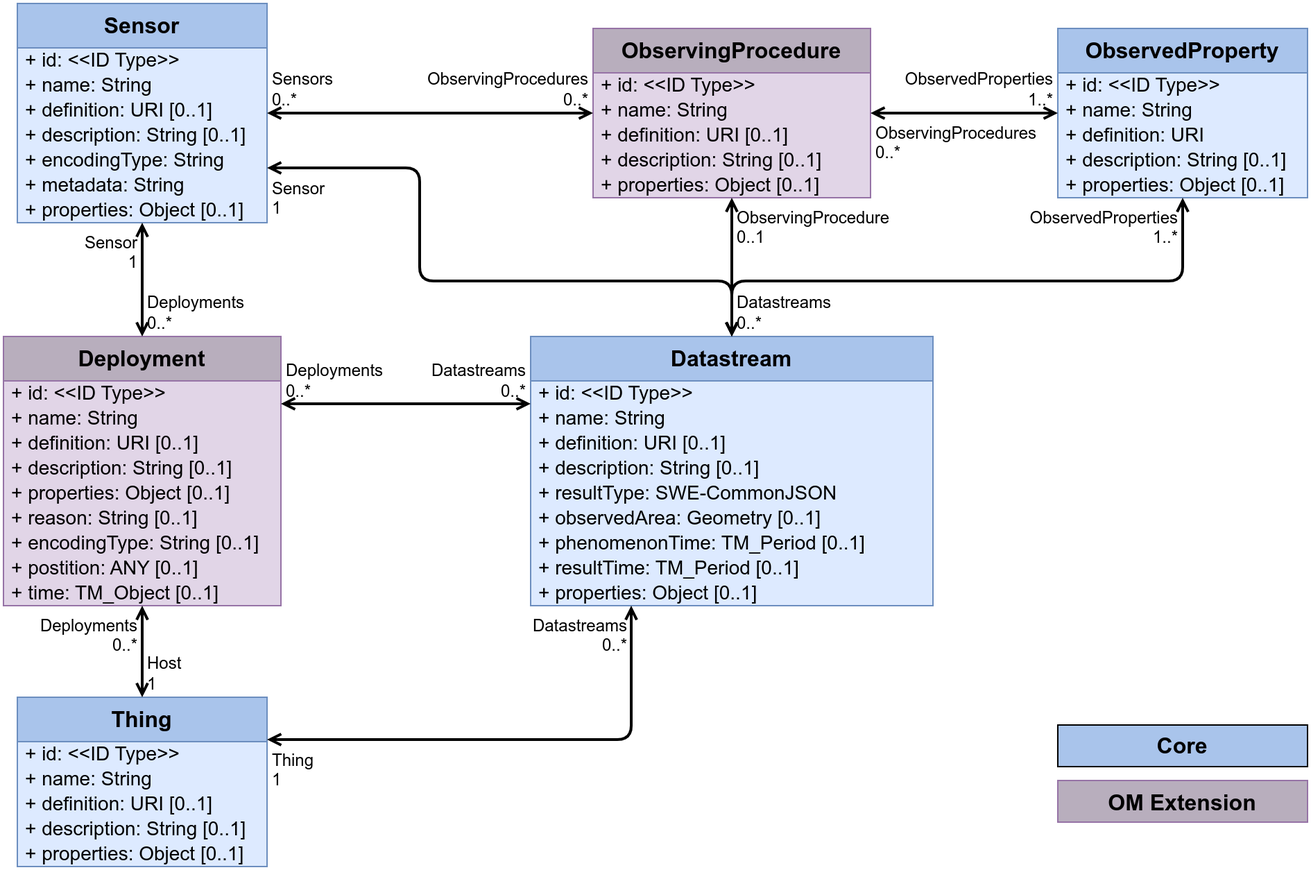
Above: figures/Datamodel-SensorThingsApi-V2-OM.drawio.png in opengeospatial/sensorthings (draw.io), before the change. Source tidied: cells renumbered, new cells last; positions are measured from the earlier drawing's top-left corner, leaving out a move shared by most shapes.
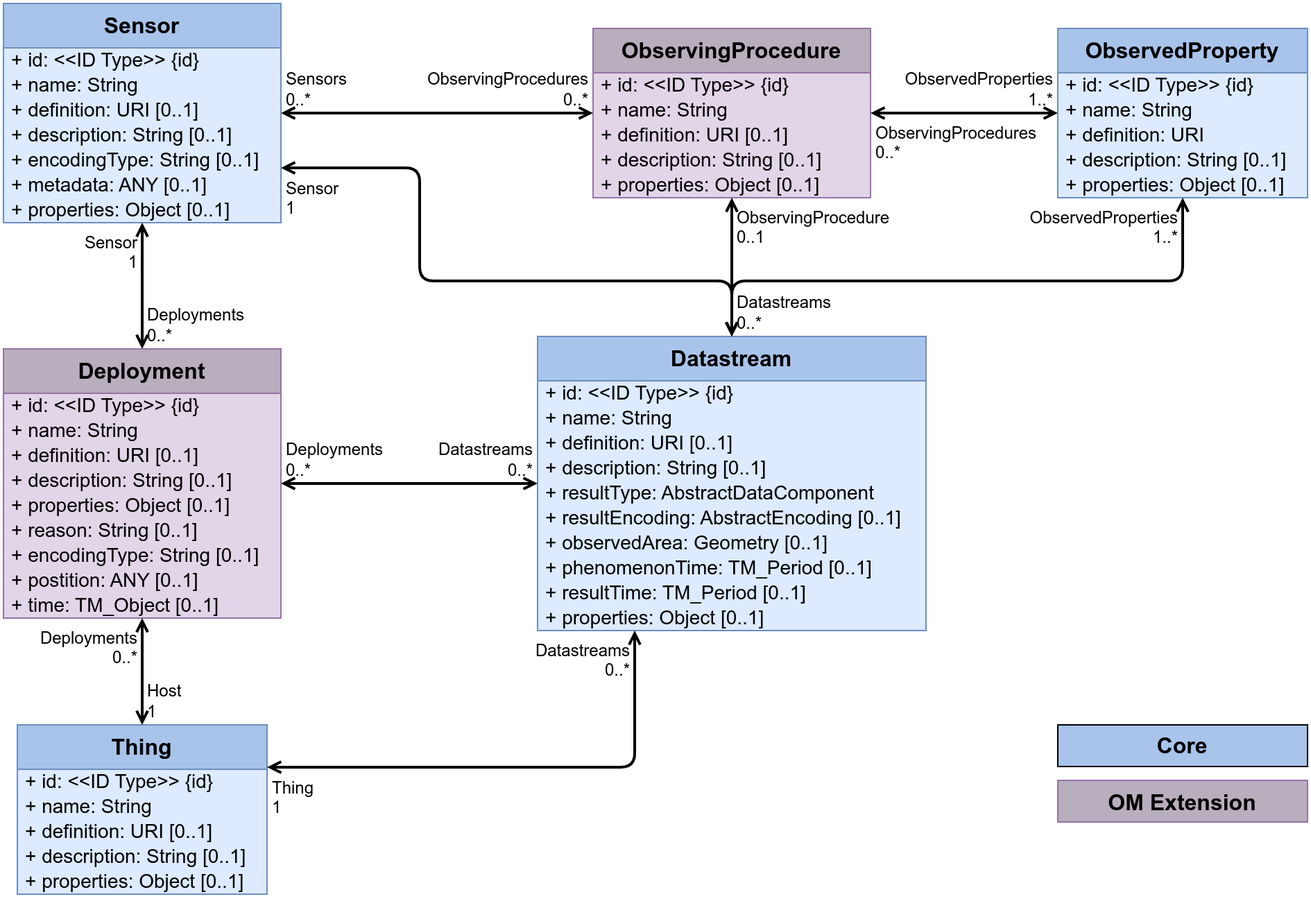
The same file after the commit.

The edit, as a diff of the source:
```diff
@@ -3,39 +3,42 @@
     <mxCell id="0" />
     <mxCell id="1" parent="0" />
     <mxCell id="2" value="Datastream" style="swimlane;fontStyle=1;horizontal=1;startSize=32;fontSize=16;whiteSpace=wrap;html=1;fillColor=#A9C4EB;strokeColor=#6c8ebf;swimlaneFillColor=#DDEAFF;verticalAlign=top;" parent="1" vertex="1">
-      <mxGeometry x="380" y="240" width="290" height="194" as="geometry" />
+      <mxGeometry x="385" y="240" width="280" height="212" as="geometry" />
     </mxCell>
-    <mxCell id="3" value="+ id: &amp;lt;&amp;lt;ID Type&amp;gt;&amp;gt;" style="text;strokeColor=none;fillColor=none;align=left;verticalAlign=middle;spacingLeft=4;spacingRight=4;overflow=visible;html=1;fontSize=14;" parent="2" vertex="1">
-      <mxGeometry y="32" width="290" height="18" as="geometry" />
+    <mxCell id="3" value="+ id: &amp;lt;&amp;lt;ID Type&amp;gt;&amp;gt;&amp;nbsp;{id}" style="text;strokeColor=none;fillColor=none;align=left;verticalAlign=middle;spacingLeft=4;spacingRight=4;overflow=visible;html=1;fontSize=14;" parent="2" vertex="1">
+      <mxGeometry y="32" width="280" height="18" as="geometry" />
     </mxCell>
     <mxCell id="4" value="+ name: String" style="text;strokeColor=none;fillColor=none;align=left;verticalAlign=middle;spacingLeft=4;spacingRight=4;overflow=visible;html=1;fontSize=14;" parent="2" vertex="1">
-      <mxGeometry y="50" width="290" height="18" as="geometry" />
+      <mxGeometry y="50" width="280" height="18" as="geometry" />
     </mxCell>
     <mxCell id="5" value="+ definition: URI&amp;nbsp;[0..1]" style="text;strokeColor=none;fillColor=none;align=left;verticalAlign=middle;spacingLeft=4;spacingRight=4;overflow=visible;html=1;fontSize=14;" parent="2" vertex="1">
-      <mxGeometry y="68" width="290" height="18" as="geometry" />
+      <mxGeometry y="68" width="280" height="18" as="geometry" />
     </mxCell>
     <mxCell id="6" value="+ description: String&amp;nbsp;[0..1]" style="text;strokeColor=none;fillColor=none;align=left;verticalAlign=middle;spacingLeft=4;spacingRight=4;overflow=visible;html=1;fontSize=14;" parent="2" vertex="1">
-      <mxGeometry y="86" width="290" height="18" as="geometry" />
+      <mxGeometry y="86" width="280" height="18" as="geometry" />
     </mxCell>
-    <mxCell id="7" value="+ resultType: SWE-CommonJSON" style="text;strokeColor=none;fillColor=none;align=left;verticalAlign=middle;spacingLeft=4;spacingRight=4;overflow=visible;html=1;fontSize=14;" parent="2" vertex="1">
-      <mxGeometry y="104" width="290" height="18" as="geometry" />
+    <mxCell id="7" value="+ resultType: AbstractDataComponent" style="text;strokeColor=none;fillColor=none;align=left;verticalAlign=middle;spacingLeft=4;spacingRight=4;overflow=visible;html=1;fontSize=14;" parent="2" vertex="1">
+      <mxGeometry y="104" width="280" height="18" as="geometry" />
     </mxCell>
+    <mxCell id="75" value="+ resultEncoding: AbstractEncoding [0..1]" style="text;strokeColor=none;fillColor=none;align=left;verticalAlign=middle;spacingLeft=4;spacingRight=4;overflow=visible;html=1;fontSize=14;" parent="2" vertex="1">
+      <mxGeometry y="122" width="280" height="18" as="geometry" />
+    </mxCell>
     <mxCell id="8" value="+ observedArea: Geometry&amp;nbsp;[0..1]" style="text;strokeColor=none;fillColor=none;align=left;verticalAlign=middle;spacingLeft=4;spacingRight=4;overflow=visible;html=1;fontSize=14;" parent="2" vertex="1">
-      <mxGeometry y="122" width="290" height="18" as="geometry" />
+      <mxGeometry y="140" width="280" height="18" as="geometry" />
     </mxCell>
     <mxCell id="9" value="+ phenomenonTime:&amp;nbsp;TM_Period&amp;nbsp;[0..1]" style="text;strokeColor=none;fillColor=none;align=left;verticalAlign=middle;spacingLeft=4;spacingRight=4;overflow=visible;html=1;fontSize=14;" parent="2" vertex="1">
-      <mxGeometry y="140" width="290" height="18" as="geometry" />
+      <mxGeometry y="158" width="280" height="18" as="geometry" />
     </mxCell>
     <mxCell id="10" value="+ resultTime:&amp;nbsp;TM_Period&amp;nbsp;[0..1]" style="text;strokeColor=none;fillColor=none;align=left;verticalAlign=middle;spacingLeft=4;spacingRight=4;overflow=visible;html=1;fontSize=14;" parent="2" vertex="1">
-      <mxGeometry y="158" width="290" height="18" as="geometry" />
+      <mxGeometry y="176" width="280" height="18" as="geometry" />
     </mxCell>
     <mxCell id="11" value="+ properties: Object&amp;nbsp;[0..1]" style="text;strokeColor=none;fillColor=none;align=left;verticalAlign=middle;spacingLeft=4;spacingRight=4;overflow=visible;html=1;fontSize=14;" parent="2" vertex="1">
-      <mxGeometry y="176" width="290" height="18" as="geometry" />
+      <mxGeometry y="194" width="280" height="18" as="geometry" />
     </mxCell>
     <mxCell id="12" value="Deployment" style="swimlane;fontStyle=1;horizontal=1;startSize=32;fontSize=16;whiteSpace=wrap;html=1;fillColor=#B8AEBD;strokeColor=#9673a6;swimlaneFillColor=#E1D5E7;verticalAlign=top;" parent="1" vertex="1">
-      <mxGeometry y="240" width="200" height="194" as="geometry" />
+      <mxGeometry y="249" width="200" height="194" as="geometry" />
     </mxCell>
-    <mxCell id="13" value="+&amp;nbsp;id: &amp;lt;&amp;lt;ID Type&amp;gt;&amp;gt;" style="text;strokeColor=none;fillColor=none;align=left;verticalAlign=middle;spacingLeft=4;spacingRight=4;overflow=visible;html=1;fontSize=14;" parent="12" vertex="1">
+    <mxCell id="13" value="+&amp;nbsp;id: &amp;lt;&amp;lt;ID Type&amp;gt;&amp;gt;&amp;nbsp;{id}" style="text;strokeColor=none;fillColor=none;align=left;verticalAlign=middle;spacingLeft=4;spacingRight=4;overflow=visible;html=1;fontSize=14;" parent="12" vertex="1">
       <mxGeometry y="32" width="200" height="18" as="geometry" />
     </mxCell>
     <mxCell id="14" value="+ name: String" style="text;strokeColor=none;fillColor=none;align=left;verticalAlign=middle;spacingLeft=4;spacingRight=4;overflow=visible;html=1;fontSize=14;" parent="12" vertex="1">
@@ -65,7 +68,7 @@
     <mxCell id="22" value="ObservedProperty" style="swimlane;fontStyle=1;horizontal=1;startSize=32;fontSize=16;whiteSpace=wrap;html=1;fillColor=#A9C4EB;strokeColor=#6c8ebf;swimlaneFillColor=#DDEAFF;verticalAlign=top;" parent="1" vertex="1">
       <mxGeometry x="760" y="18" width="180" height="122" as="geometry" />
     </mxCell>
-    <mxCell id="23" value="+ id: &amp;lt;&amp;lt;ID Type&amp;gt;&amp;gt;" style="text;strokeColor=none;fillColor=none;align=left;verticalAlign=middle;spacingLeft=4;spacingRight=4;overflow=visible;html=1;fontSize=14;" parent="22" vertex="1">
+    <mxCell id="23" value="+ id: &amp;lt;&amp;lt;ID Type&amp;gt;&amp;gt;&amp;nbsp;{id}" style="text;strokeColor=none;fillColor=none;align=left;verticalAlign=middle;spacingLeft=4;spacingRight=4;overflow=visible;html=1;fontSize=14;" parent="22" vertex="1">
       <mxGeometry y="32" width="180" height="18" as="geometry" />
     </mxCell>
     <mxCell id="24" value="+ name: String" style="text;strokeColor=none;fillColor=none;align=left;verticalAlign=middle;spacingLeft=4;spacingRight=4;overflow=visible;html=1;fontSize=14;" parent="22" vertex="1">
@@ -97,7 +100,7 @@
     <mxCell id="31" value="ObservingProcedure" style="swimlane;fontStyle=1;horizontal=1;startSize=32;fontSize=16;whiteSpace=wrap;html=1;fillColor=#B8AEBD;strokeColor=#9673a6;swimlaneFillColor=#E1D5E7;verticalAlign=top;" parent="1" vertex="1">
       <mxGeometry x="425" y="18" width="200" height="122" as="geometry" />
     </mxCell>
-    <mxCell id="32" value="+ id: &amp;lt;&amp;lt;ID Type&amp;gt;&amp;gt;" style="text;strokeColor=none;fillColor=none;align=left;verticalAlign=middle;spacingLeft=4;spacingRight=4;overflow=visible;html=1;fontSize=14;" parent="31" vertex="1">
+    <mxCell id="32" value="+ id: &amp;lt;&amp;lt;ID Type&amp;gt;&amp;gt;&amp;nbsp;{id}" style="text;strokeColor=none;fillColor=none;align=left;verticalAlign=middle;spacingLeft=4;spacingRight=4;overflow=visible;html=1;fontSize=14;" parent="31" vertex="1">
       <mxGeometry y="32" width="200" height="18" as="geometry" />
     </mxCell>
     <mxCell id="33" value="+ name: String" style="text;strokeColor=none;fillColor=none;align=left;verticalAlign=middle;spacingLeft=4;spacingRight=4;overflow=visible;html=1;fontSize=14;" parent="31" vertex="1">
@@ -119,28 +122,28 @@
       <mxGeometry x="-1" relative="1" as="geometry" />
     </mxCell>
     <mxCell id="39" value="Sensor" style="swimlane;fontStyle=1;horizontal=1;startSize=32;fontSize=16;whiteSpace=wrap;html=1;fillColor=#A9C4EB;strokeColor=#6c8ebf;swimlaneFillColor=#DDEAFF;verticalAlign=top;" parent="1" vertex="1">
-      <mxGeometry x="10" width="180" height="158" as="geometry" />
+      <mxGeometry width="200" height="158" as="geometry" />
     </mxCell>
-    <mxCell id="40" value="+&amp;nbsp;id: &amp;lt;&amp;lt;ID Type&amp;gt;&amp;gt;" style="text;strokeColor=none;fillColor=none;align=left;verticalAlign=middle;spacingLeft=4;spacingRight=4;overflow=visible;html=1;fontSize=14;" parent="39" vertex="1">
-      <mxGeometry y="32" width="180" height="18" as="geometry" />
+    <mxCell id="40" value="+&amp;nbsp;id: &amp;lt;&amp;lt;ID Type&amp;gt;&amp;gt;&amp;nbsp;{id}" style="text;strokeColor=none;fillColor=none;align=left;verticalAlign=middle;spacingLeft=4;spacingRight=4;overflow=visible;html=1;fontSize=14;" parent="39" vertex="1">
+      <mxGeometry y="32" width="200" height="18" as="geometry" />
     </mxCell>
     <mxCell id="41" value="+ name: String" style="text;strokeColor=none;fillColor=none;align=left;verticalAlign=middle;spacingLeft=4;spacingRight=4;overflow=visible;html=1;fontSize=14;" parent="39" vertex="1">
-      <mxGeometry y="50" width="180" height="18" as="geometry" />
+      <mxGeometry y="50" width="200" height="18" as="geometry" />
     </mxCell>
     <mxCell id="42" value="+&amp;nbsp;definition: URI [0..1]" style="text;strokeColor=none;fillColor=none;align=left;verticalAlign=middle;spacingLeft=4;spacingRight=4;overflow=visible;html=1;fontSize=14;" parent="39" vertex="1">
-      <mxGeometry y="68" width="180" height="18" as="geometry" />
+      <mxGeometry y="68" width="200" height="18" as="geometry" />
     </mxCell>
     <mxCell id="43" value="+&amp;nbsp;description: String&amp;nbsp;[0..1]" style="text;strokeColor=none;fillColor=none;align=left;verticalAlign=middle;spacingLeft=4;spacingRight=4;overflow=visible;html=1;fontSize=14;" parent="39" vertex="1">
-      <mxGeometry y="86" width="180" height="18" as="geometry" />
+      <mxGeometry y="86" width="200" height="18" as="geometry" />
     </mxCell>
-    <mxCell id="44" value="+ encodingType: String" style="text;strokeColor=none;fillColor=none;align=left;verticalAlign=middle;spacingLeft=4;spacingRight=4;overflow=visible;html=1;fontSize=14;" parent="39" vertex="1">
-      <mxGeometry y="104" width="180" height="18" as="geometry" />
+    <mxCell id="44" value="+ encodingType: String&amp;nbsp;[0..1]" style="text;strokeColor=none;fillColor=none;align=left;verticalAlign=middle;spacingLeft=4;spacingRight=4;overflow=visible;html=1;fontSize=14;" parent="39" vertex="1">
+      <mxGeometry y="104" width="200" height="18" as="geometry" />
     </mxCell>
-    <mxCell id="45" value="+ metadata: String" style="text;strokeColor=none;fillColor=none;align=left;verticalAlign=middle;spacingLeft=4;spacingRight=4;overflow=visible;html=1;fontSize=14;" parent="39" vertex="1">
-      <mxGeometry y="122" width="180" height="18" as="geometry" />
+    <mxCell id="45" value="+ metadata: ANY [0..1]" style="text;strokeColor=none;fillColor=none;align=left;verticalAlign=middle;spacingLeft=4;spacingRight=4;overflow=visible;html=1;fontSize=14;" parent="39" vertex="1">
+      <mxGeometry y="122" width="200" height="18" as="geometry" />
     </mxCell>
     <mxCell id="46" value="+&amp;nbsp;properties: Object&amp;nbsp;[0..1]" style="text;strokeColor=none;fillColor=none;align=left;verticalAlign=middle;spacingLeft=4;spacingRight=4;overflow=visible;html=1;fontSize=14;" parent="39" vertex="1">
-      <mxGeometry y="140" width="180" height="18" as="geometry" />
+      <mxGeometry y="140" width="200" height="18" as="geometry" />
     </mxCell>
     <mxCell id="47" style="endArrow=open;startArrow=open;html=1;rounded=1;entryX=0.5;entryY=0;entryDx=0;entryDy=0;edgeStyle=orthogonalEdgeStyle;exitX=1;exitY=0.75;exitDx=0;exitDy=0;strokeWidth=2;startFill=0;endFill=0;" parent="1" edge="1" source="39" target="2">
       <mxGeometry relative="1" as="geometry">
@@ -173,9 +176,9 @@
       <mxGeometry x="1" relative="1" as="geometry" />
     </mxCell>
     <mxCell id="55" value="Thing" style="swimlane;fontStyle=1;horizontal=1;startSize=32;fontSize=16;whiteSpace=wrap;html=1;fillColor=#A9C4EB;strokeColor=#6c8ebf;swimlaneFillColor=#DDEAFF;verticalAlign=top;" parent="1" vertex="1">
-      <mxGeometry x="10" y="500" width="180" height="122" as="geometry" />
+      <mxGeometry x="10" y="520" width="180" height="122" as="geometry" />
     </mxCell>
-    <mxCell id="56" value="+&amp;nbsp;id: &amp;lt;&amp;lt;ID Type&amp;gt;&amp;gt;" style="text;strokeColor=none;fillColor=none;align=left;verticalAlign=middle;spacingLeft=4;spacingRight=4;overflow=visible;html=1;fontSize=14;" parent="55" vertex="1">
+    <mxCell id="56" value="+&amp;nbsp;id: &amp;lt;&amp;lt;ID Type&amp;gt;&amp;gt;&amp;nbsp;{id}" style="text;strokeColor=none;fillColor=none;align=left;verticalAlign=middle;spacingLeft=4;spacingRight=4;overflow=visible;html=1;fontSize=14;" parent="55" vertex="1">
       <mxGeometry y="32" width="180" height="18" as="geometry" />
     </mxCell>
     <mxCell id="57" value="+ name: String" style="text;strokeColor=none;fillColor=none;align=left;verticalAlign=middle;spacingLeft=4;spacingRight=4;overflow=visible;html=1;fontSize=14;" parent="55" vertex="1">
@@ -208,7 +211,7 @@
     <mxCell id="66" value="Datastreams&lt;br&gt;0..*" style="edgeLabel;html=1;align=right;verticalAlign=top;labelBackgroundColor=none;fontSize=12;spacingLeft=1;spacing=3;spacingRight=2;" parent="64" vertex="1">
       <mxGeometry x="1" relative="1" as="geometry" />
     </mxCell>
-    <mxCell id="67" style="endArrow=open;startArrow=open;html=1;rounded=1;exitX=1;exitY=0.25;exitDx=0;exitDy=0;entryX=0;entryY=0.25;entryDx=0;entryDy=0;edgeStyle=orthogonalEdgeStyle;strokeWidth=2;startFill=0;endFill=0;" parent="1" edge="1" source="12" target="2">
+    <mxCell id="67" style="endArrow=open;startArrow=open;html=1;rounded=1;edgeStyle=orthogonalEdgeStyle;strokeWidth=2;startFill=0;endFill=0;" parent="1" edge="1" source="12" target="2">
       <mxGeometry relative="1" as="geometry" />
     </mxCell>
     <mxCell id="68" value="Deployments&lt;br&gt;0..*" style="edgeLabel;html=1;align=left;verticalAlign=bottom;labelBackgroundColor=none;fontSize=12;spacingLeft=1;spacing=3;spacingRight=2;" parent="67" vertex="1">
```
